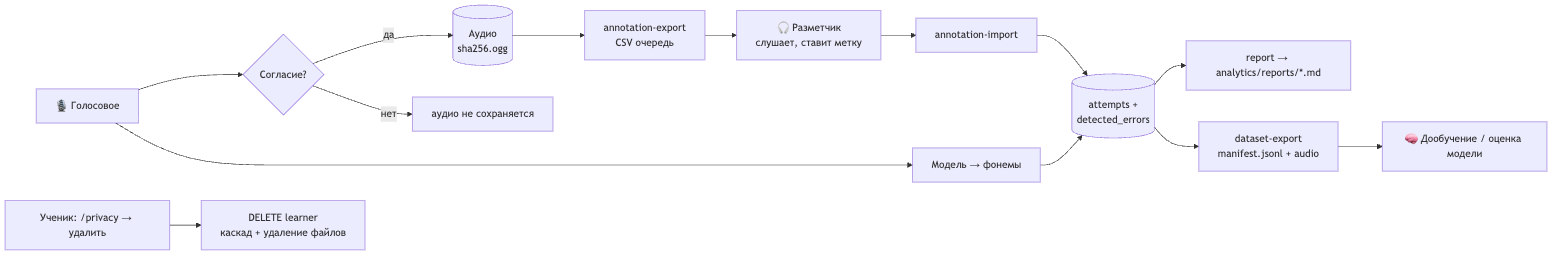
Earlier version of the Mermaid export docs/architecture/diagrams/05-data-lifecycle.png (abdra04-gif/muallim). Its source is kept beside it as docs/architecture/diagrams/05-data-lifecycle.mmd. The source it was exported from:
```mermaid
flowchart LR
    v["🎙 Голосовое"] --> a{"Согласие?"}
    a -- да --> s[("Аудио<br/>sha256.ogg")]
    a -- нет --> x["аудио не сохраняется"]
    v --> m["Модель → фонемы"] --> db[("attempts +<br/>detected_errors")]
    s --> q["annotation-export<br/>CSV очередь"] --> h["🎧 Разметчик<br/>слушает, ставит метку"] --> i["annotation-import"] --> db
    db --> r["report → analytics/reports/*.md"]
    db --> e["dataset-export<br/>manifest.jsonl + audio"] --> t["🧠 Дообучение / оценка модели"]
    u["Ученик: /privacy → удалить"] --> d["DELETE learner<br/>каскад + удаление файлов"]
```
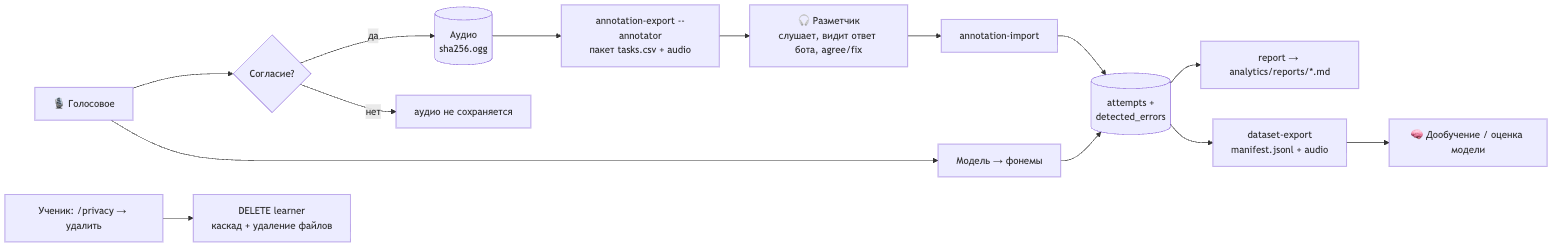
After the change.

What changed in the source:
```diff
@@ -3,7 +3,7 @@
     a -- да --> s[("Аудио<br/>sha256.ogg")]
     a -- нет --> x["аудио не сохраняется"]
     v --> m["Модель → фонемы"] --> db[("attempts +<br/>detected_errors")]
-    s --> q["annotation-export<br/>CSV очередь"] --> h["🎧 Разметчик<br/>слушает, ставит метку"] --> i["annotation-import"] --> db
+    s --> q["annotation-export --annotator<br/>пакет tasks.csv + audio"] --> h["🎧 Разметчик<br/>слушает, видит ответ бота, agree/fix"] --> i["annotation-import"] --> db
     db --> r["report → analytics/reports/*.md"]
     db --> e["dataset-export<br/>manifest.jsonl + audio"] --> t["🧠 Дообучение / оценка модели"]
     u["Ученик: /privacy → удалить"] --> d["DELETE learner<br/>каскад + удаление файлов"]
```
